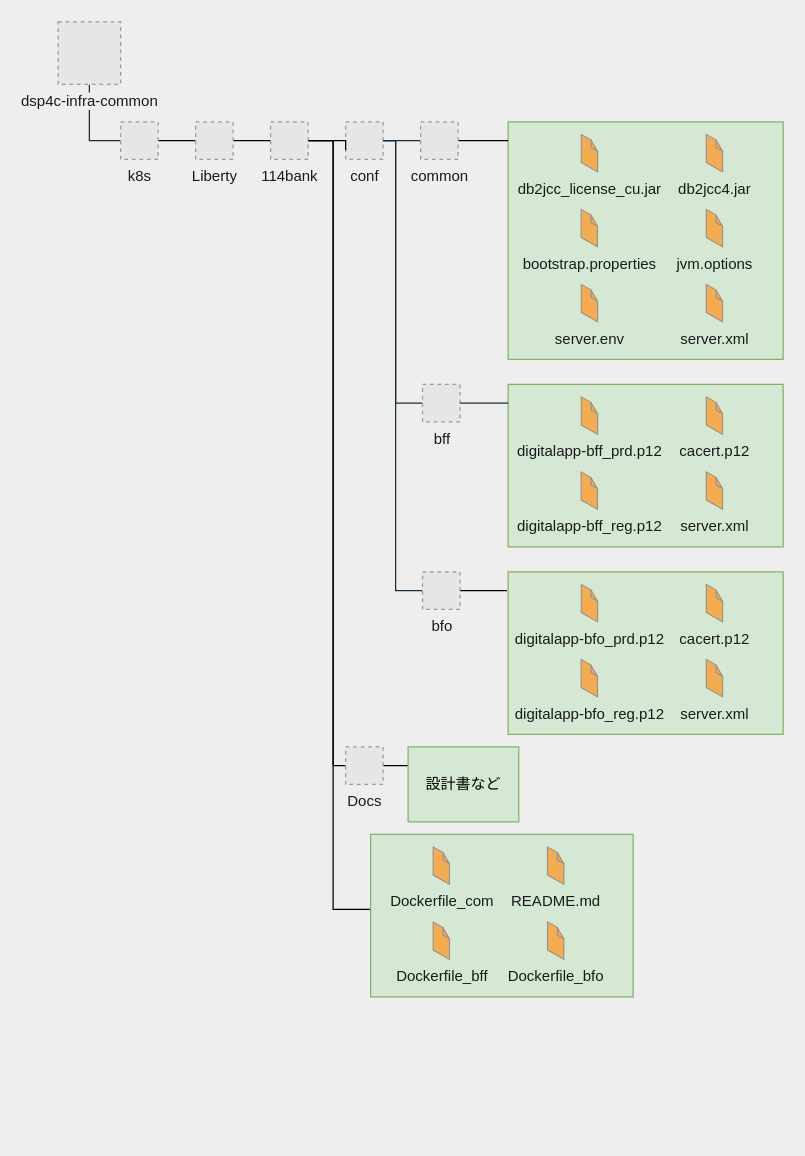
Before: page "Copy of page-5" (7 of 9) of Untitled Diagram.drawio in stefan21jp/Liberty, a draw.io diagram. Source tidied: cells renumbered, new cells numbered last; positions are measured from the earlier drawing's top-left corner, leaving out a move shared by most shapes. Both pictures are drawn from the tidied source at 125%, with x=0, y=0 at pixel (58, 21). Pictures stored in the file or linked from it are replaced by grey dashed boxes.
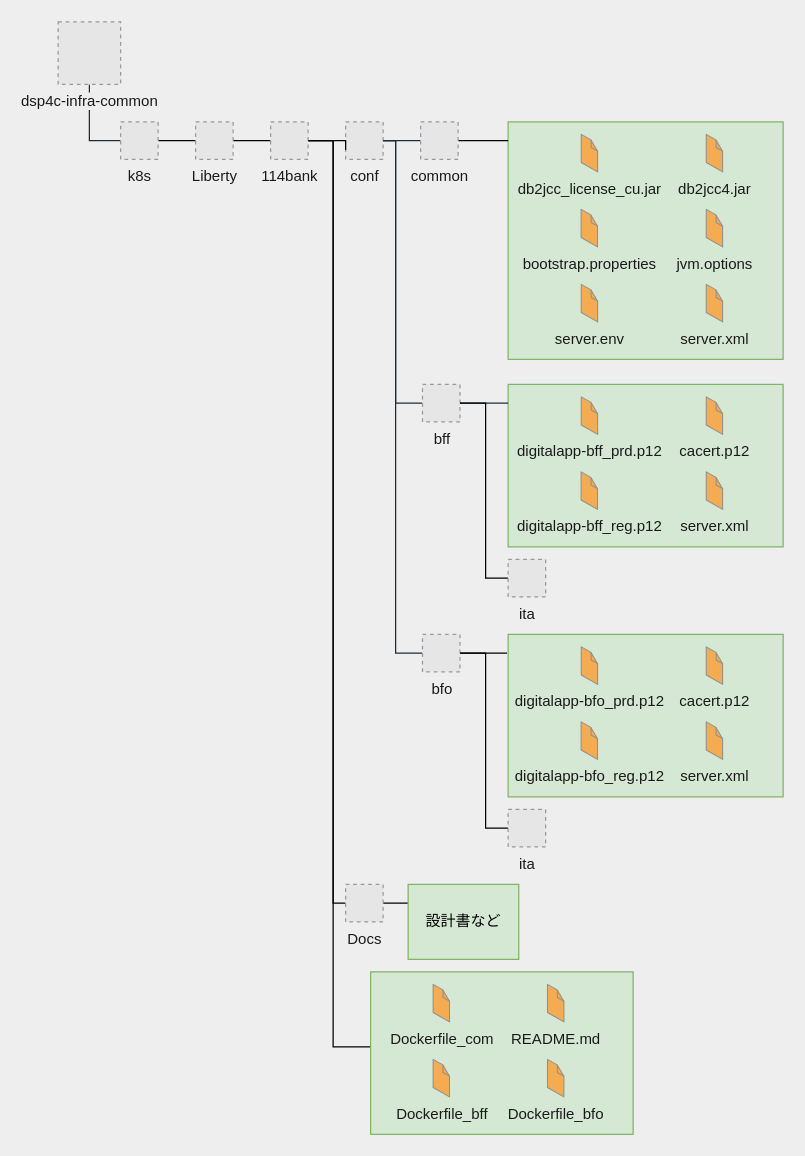
The same page after the edit.

Unchanged cells that the change refers to:
```xml
<mxCell id="11" value="conf" style="fillColor=#E6E6E6;strokeColor=#999999;dashed=1;html=1;verticalAlign=top;verticalLabelPosition=bottom;labelBackgroundColor=#EEEEEE;fontColor=#1A1A1A;" parent="1" vertex="1">
  <mxGeometry x="230" y="80" width="30" height="30" as="geometry" />
</mxCell>
<mxCell id="21" value="bff" style="fillColor=#E6E6E6;strokeColor=#999999;dashed=1;html=1;verticalAlign=top;verticalLabelPosition=bottom;labelBackgroundColor=#EEEEEE;fontColor=#1A1A1A;" parent="1" vertex="1">
  <mxGeometry x="291.5" y="290" width="30" height="30" as="geometry" />
</mxCell>
<mxCell id="35" value="114bank" style="fillColor=#E6E6E6;strokeColor=#999999;dashed=1;html=1;verticalAlign=top;verticalLabelPosition=bottom;labelBackgroundColor=#EEEEEE;fontColor=#1A1A1A;" parent="1" vertex="1">
  <mxGeometry x="170" y="80" width="30" height="30" as="geometry" />
</mxCell>
```

What changed in the source:
```diff
@@
     <mxCell id="2" style="edgeStyle=orthogonalEdgeStyle;rounded=0;jettySize=auto;html=1;exitX=0;exitY=0.5;exitDx=0;exitDy=0;entryX=1;entryY=0.5;entryDx=0;entryDy=0;endArrow=none;endFill=0;" parent="1" edge="1" source="3" target="35">
       <mxGeometry relative="1" as="geometry">
         <Array as="points">
-          <mxPoint x="250" y="710" />
-          <mxPoint x="220" y="710" />
+          <mxPoint x="250" y="820" />
+          <mxPoint x="220" y="820" />
           <mxPoint x="220" y="95" />
         </Array>
       </mxGeometry>
     </mxCell>
     <mxCell id="3" style="whiteSpace=wrap;html=1;fillColor=#d5e8d4;strokeColor=#82b366;" parent="1" vertex="1">
-      <mxGeometry x="250" y="650" width="210" height="130" as="geometry" />
+      <mxGeometry x="250" y="760" width="210" height="130" as="geometry" />
     </mxCell>
@@
     <mxCell id="9" value="README.md" style="verticalLabelPosition=bottom;html=1;verticalAlign=top;strokeWidth=1;align=center;dashed=0;shape=mxgraph.aws3d.file;strokeColor=#909090;fillColor=#F5AB50;fontColor=#1A1A1A;" parent="1" vertex="1">
-      <mxGeometry x="391.5" y="660" width="13.1" height="30" as="geometry" />
+      <mxGeometry x="391.5" y="770" width="13.1" height="30" as="geometry" />
     </mxCell>
@@
-    <mxCell id="22" style="edgeStyle=orthogonalEdgeStyle;rounded=0;jettySize=auto;html=1;exitX=0;exitY=0.5;exitDx=0;exitDy=0;entryX=1;entryY=0.5;entryDx=0;entryDy=0;endArrow=none;endFill=0;labelBackgroundColor=#EEEEEE;strokeColor=#182E3E;fontColor=#1A1A1A;" parent="1" edge="1" source="24" target="11">
+    <mxCell id="22" style="edgeStyle=orthogonalEdgeStyle;rounded=0;jettySize=auto;html=1;entryX=1;entryY=0.5;entryDx=0;entryDy=0;endArrow=none;endFill=0;labelBackgroundColor=#EEEEEE;strokeColor=#182E3E;fontColor=#1A1A1A;exitX=0;exitY=0.5;exitDx=0;exitDy=0;" parent="1" edge="1" source="24" target="11">
       <mxGeometry relative="1" as="geometry">
         <Array as="points">
-          <mxPoint x="270" y="455" />
+          <mxPoint x="270" y="505" />
           <mxPoint x="270" y="95" />
         </Array>
       </mxGeometry>
     </mxCell>
@@
     <mxCell id="24" value="bfo" style="fillColor=#E6E6E6;strokeColor=#999999;dashed=1;html=1;verticalAlign=top;verticalLabelPosition=bottom;labelBackgroundColor=#EEEEEE;fontColor=#1A1A1A;" parent="1" vertex="1">
-      <mxGeometry x="291.5" y="440" width="30" height="30" as="geometry" />
+      <mxGeometry x="291.5" y="490" width="30" height="30" as="geometry" />
     </mxCell>
@@
     <mxCell id="29" value="Dockerfile_com" style="verticalLabelPosition=bottom;html=1;verticalAlign=top;strokeWidth=1;align=center;dashed=0;shape=mxgraph.aws3d.file;strokeColor=#909090;fillColor=#F5AB50;fontColor=#1A1A1A;" parent="1" vertex="1">
-      <mxGeometry x="300" y="660" width="13.1" height="30" as="geometry" />
+      <mxGeometry x="300" y="770" width="13.1" height="30" as="geometry" />
     </mxCell>
@@
     <mxCell id="36" style="whiteSpace=wrap;html=1;fillColor=#d5e8d4;strokeColor=#82b366;" parent="1" vertex="1">
-      <mxGeometry x="360" y="440" width="220" height="130" as="geometry" />
+      <mxGeometry x="360" y="490" width="220" height="130" as="geometry" />
     </mxCell>
     <mxCell id="37" value="cacert.p12" style="verticalLabelPosition=bottom;html=1;verticalAlign=top;strokeWidth=1;align=center;dashed=0;shape=mxgraph.aws3d.file;strokeColor=#909090;fillColor=#F5AB50;fontColor=#1A1A1A;" parent="1" vertex="1">
-      <mxGeometry x="518.5" y="450" width="13.1" height="30" as="geometry" />
+      <mxGeometry x="518.5" y="500" width="13.1" height="30" as="geometry" />
     </mxCell>
     <mxCell id="38" value="digitalapp-bfo_prd.p12" style="verticalLabelPosition=bottom;html=1;verticalAlign=top;strokeWidth=1;align=center;dashed=0;shape=mxgraph.aws3d.file;strokeColor=#909090;fillColor=#F5AB50;fontColor=#1A1A1A;" parent="1" vertex="1">
-      <mxGeometry x="418.5" y="450" width="13.1" height="30" as="geometry" />
+      <mxGeometry x="418.5" y="500" width="13.1" height="30" as="geometry" />
     </mxCell>
     <mxCell id="39" value="digitalapp-bfo_reg.p12" style="verticalLabelPosition=bottom;html=1;verticalAlign=top;strokeWidth=1;align=center;dashed=0;shape=mxgraph.aws3d.file;strokeColor=#909090;fillColor=#F5AB50;fontColor=#1A1A1A;" parent="1" vertex="1">
-      <mxGeometry x="418.4" y="510" width="13.1" height="30" as="geometry" />
+      <mxGeometry x="418.4" y="560" width="13.1" height="30" as="geometry" />
     </mxCell>
     <mxCell id="40" value="server.xml" style="verticalLabelPosition=bottom;html=1;verticalAlign=top;strokeWidth=1;align=center;dashed=0;shape=mxgraph.aws3d.file;strokeColor=#909090;fillColor=#F5AB50;fontColor=#1A1A1A;" parent="1" vertex="1">
-      <mxGeometry x="518.5" y="510" width="13.1" height="30" as="geometry" />
+      <mxGeometry x="518.5" y="560" width="13.1" height="30" as="geometry" />
     </mxCell>
     <mxCell id="41" value="Dockerfile_bff" style="verticalLabelPosition=bottom;html=1;verticalAlign=top;strokeWidth=1;align=center;dashed=0;shape=mxgraph.aws3d.file;strokeColor=#909090;fillColor=#F5AB50;fontColor=#1A1A1A;" parent="1" vertex="1">
-      <mxGeometry x="300" y="720" width="13.1" height="30" as="geometry" />
+      <mxGeometry x="300" y="830" width="13.1" height="30" as="geometry" />
     </mxCell>
     <mxCell id="42" value="Dockerfile_bfo" style="verticalLabelPosition=bottom;html=1;verticalAlign=top;strokeWidth=1;align=center;dashed=0;shape=mxgraph.aws3d.file;strokeColor=#909090;fillColor=#F5AB50;fontColor=#1A1A1A;" parent="1" vertex="1">
-      <mxGeometry x="391.5" y="720" width="13.1" height="30" as="geometry" />
+      <mxGeometry x="391.5" y="830" width="13.1" height="30" as="geometry" />
     </mxCell>
     <mxCell id="43" style="edgeStyle=orthogonalEdgeStyle;rounded=0;jettySize=auto;html=1;exitX=0;exitY=0.5;exitDx=0;exitDy=0;entryX=1;entryY=0.5;entryDx=0;entryDy=0;endArrow=none;endFill=0;" parent="1" edge="1" source="45" target="35">
       <mxGeometry relative="1" as="geometry">
         <Array as="points">
-          <mxPoint x="220" y="595" />
+          <mxPoint x="220" y="705" />
           <mxPoint x="220" y="95" />
         </Array>
       </mxGeometry>
     </mxCell>
@@
     <mxCell id="45" value="Docs" style="fillColor=#E6E6E6;strokeColor=#999999;dashed=1;html=1;verticalAlign=top;verticalLabelPosition=bottom;labelBackgroundColor=#EEEEEE;fontColor=#1A1A1A;" parent="1" vertex="1">
-      <mxGeometry x="230" y="580" width="30" height="30" as="geometry" />
+      <mxGeometry x="230" y="690" width="30" height="30" as="geometry" />
     </mxCell>
     <mxCell id="46" value="設計書など" style="whiteSpace=wrap;html=1;fillColor=#d5e8d4;strokeColor=#82b366;" parent="1" vertex="1">
-      <mxGeometry x="280" y="580" width="88.5" height="60" as="geometry" />
+      <mxGeometry x="280" y="690" width="88.5" height="60" as="geometry" />
     </mxCell>
+    <mxCell id="47" style="edgeStyle=orthogonalEdgeStyle;rounded=0;jettySize=auto;html=1;exitX=0;exitY=0.5;exitDx=0;exitDy=0;entryX=1;entryY=0.5;entryDx=0;entryDy=0;endArrow=none;endFill=0;" parent="1" edge="1" source="48" target="21">
+      <mxGeometry relative="1" as="geometry">
+        <Array as="points">
+          <mxPoint x="342" y="445" />
+          <mxPoint x="342" y="305" />
+        </Array>
+      </mxGeometry>
+    </mxCell>
+    <mxCell id="48" value="ita" style="fillColor=#E6E6E6;strokeColor=#999999;dashed=1;html=1;verticalAlign=top;verticalLabelPosition=bottom;labelBackgroundColor=#EEEEEE;fontColor=#1A1A1A;" parent="1" vertex="1">
+      <mxGeometry x="360" y="430" width="30" height="30" as="geometry" />
+    </mxCell>
+    <mxCell id="49" style="edgeStyle=orthogonalEdgeStyle;rounded=0;jettySize=auto;html=1;exitX=0;exitY=0.5;exitDx=0;exitDy=0;entryX=1;entryY=0.5;entryDx=0;entryDy=0;endArrow=none;endFill=0;" parent="1" edge="1" source="50" target="24">
+      <mxGeometry relative="1" as="geometry">
+        <Array as="points">
+          <mxPoint x="342" y="645" />
+          <mxPoint x="342" y="505" />
+        </Array>
+      </mxGeometry>
+    </mxCell>
+    <mxCell id="50" value="ita" style="fillColor=#E6E6E6;strokeColor=#999999;dashed=1;html=1;verticalAlign=top;verticalLabelPosition=bottom;labelBackgroundColor=#EEEEEE;fontColor=#1A1A1A;" parent="1" vertex="1">
+      <mxGeometry x="360" y="630" width="30" height="30" as="geometry" />
+    </mxCell>
```
